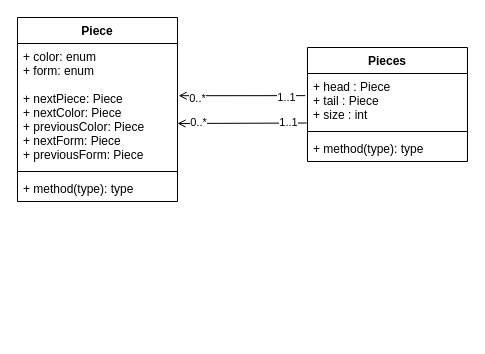
Earlier version of the draw.io diagram docs/diagrams/classDiagram.drawio (AbderrahimeEl/Tetris). Source tidied: cells renumbered, new cells numbered last; positions are measured from the earlier drawing's top-left corner, leaving out a move shared by most shapes. Both pictures are drawn from the tidied source at 100%, with x=0, y=0 at pixel (17, 17).
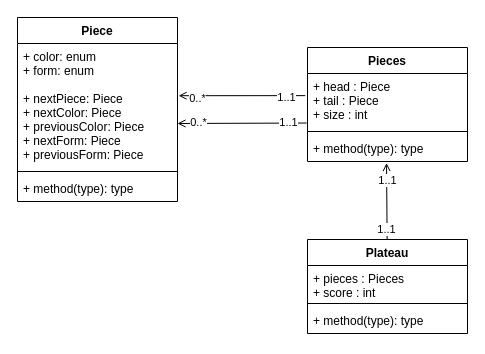
The same diagram, later.

Commit message (it also covers changes not shown here):
Add class plateau

Unchanged cells that the change refers to:
```xml
<mxCell id="12" value="+ method(type): type" style="text;strokeColor=none;fillColor=none;align=left;verticalAlign=top;spacingLeft=4;spacingRight=4;overflow=hidden;points=[[0,0.5],[1,0.5]];portConstraint=eastwest;" parent="9" vertex="1">
  <mxGeometry y="88" width="160" height="26" as="geometry" />
</mxCell>
```

Diff of the diagram source:
```diff
@@
+    <mxCell id="16" style="edgeStyle=none;html=1;endArrow=open;endFill=0;entryX=0.494;entryY=1.06;entryDx=0;entryDy=0;entryPerimeter=0;" parent="1" edge="1" source="19" target="12">
+      <mxGeometry relative="1" as="geometry" />
+    </mxCell>
+    <mxCell id="17" value="1..1" style="edgeLabel;html=1;align=center;verticalAlign=middle;" parent="16" vertex="1">
+      <mxGeometry x="-0.71" y="1" relative="1" as="geometry" />
+    </mxCell>
+    <mxCell id="18" value="1..1" style="edgeLabel;html=1;align=center;verticalAlign=middle;" parent="16" vertex="1">
+      <mxGeometry x="0.7" relative="1" as="geometry">
+        <mxPoint y="5" as="offset" />
+      </mxGeometry>
+    </mxCell>
+    <mxCell id="19" value="Plateau" style="swimlane;fontStyle=1;align=center;verticalAlign=top;horizontal=1;startSize=26;" parent="1" vertex="1">
+      <mxGeometry x="290" y="222" width="160" height="94" as="geometry" />
+    </mxCell>
+    <mxCell id="20" value="+ pieces : Pieces&#10;+ score : int" style="text;strokeColor=none;fillColor=none;align=left;verticalAlign=top;spacingLeft=4;spacingRight=4;overflow=hidden;" parent="19" vertex="1">
+      <mxGeometry y="26" width="160" height="34" as="geometry" />
+    </mxCell>
+    <mxCell id="21" style="line;strokeWidth=1;fillColor=none;align=left;verticalAlign=middle;spacingTop=-1;spacingLeft=3;spacingRight=3;labelPosition=right;strokeColor=inherit;" parent="19" vertex="1">
+      <mxGeometry y="60" width="160" height="8" as="geometry" />
+    </mxCell>
+    <mxCell id="22" value="+ method(type): type" style="text;strokeColor=none;fillColor=none;align=left;verticalAlign=top;spacingLeft=4;spacingRight=4;overflow=hidden;" parent="19" vertex="1">
+      <mxGeometry y="68" width="160" height="26" as="geometry" />
+    </mxCell>
```
